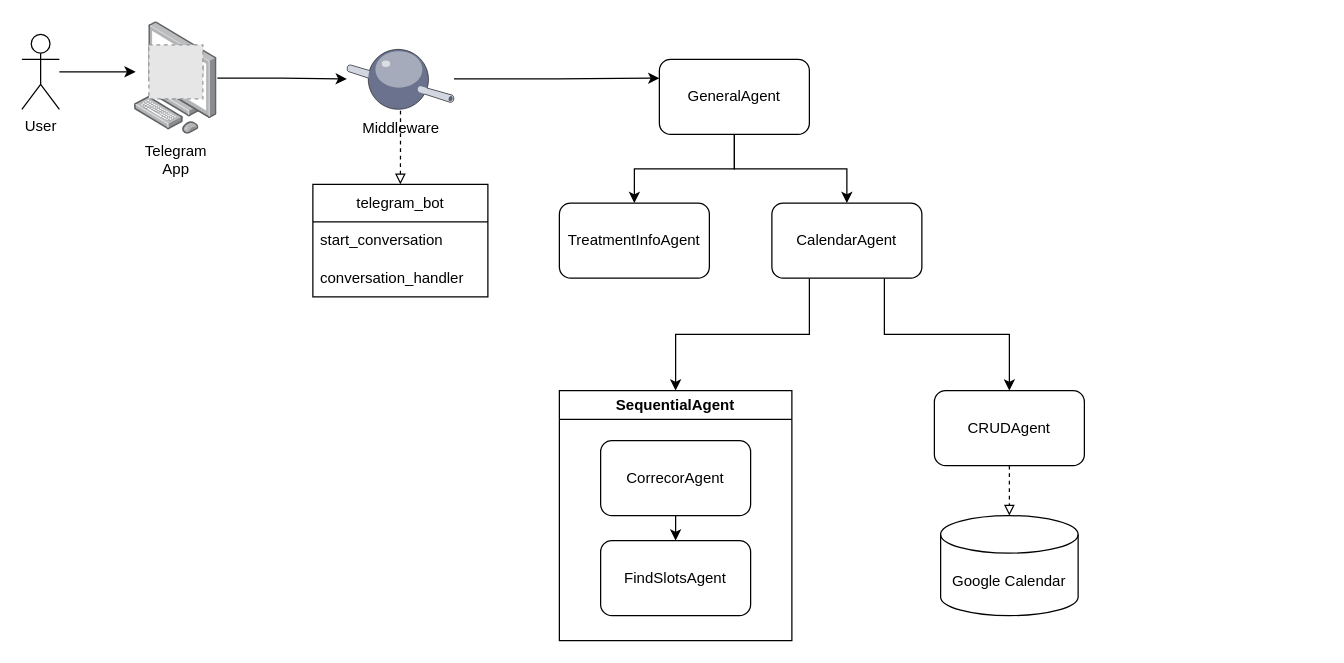
This is Diagram.drawio.xml from nicolacalzone/secretary_agent, a draw.io file, before an edit. Source tidied: cells renumbered, new cells numbered last; positions are measured from the earlier drawing's top-left corner, leaving out a move shared by most shapes. Both pictures are drawn from the tidied source at 125%, with x=0, y=0 at pixel (21, 21). Pictures stored in the file or linked from it are replaced by grey dashed boxes.
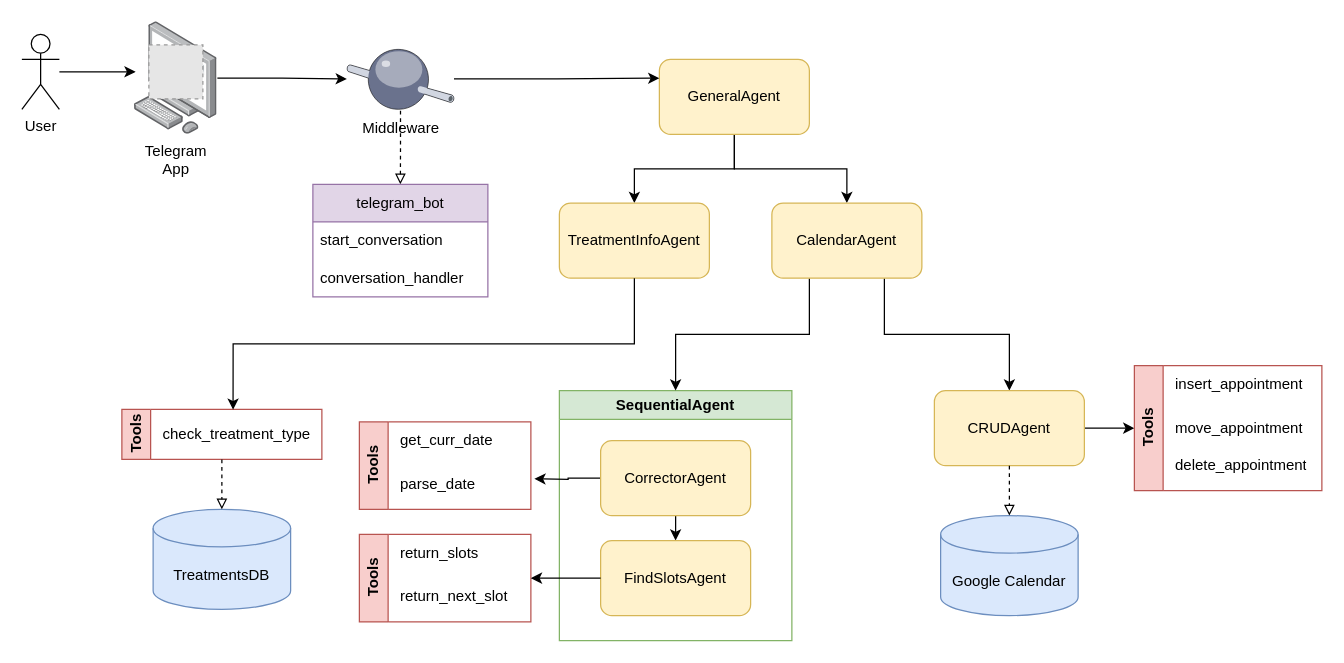
Above is the later version.

Change to the diagram source:
```diff
@@
-    <mxCell id="8" value="GeneralAgent" style="rounded=1;whiteSpace=wrap;html=1;" parent="1" vertex="1">
+    <mxCell id="8" value="GeneralAgent" style="rounded=1;whiteSpace=wrap;html=1;fillColor=#fff2cc;strokeColor=#d6b656;" parent="1" vertex="1">
       <mxGeometry x="510" y="30" width="120" height="60" as="geometry" />
     </mxCell>
-    <mxCell id="9" value="SequentialAgent" style="swimlane;whiteSpace=wrap;html=1;" parent="1" vertex="1">
+    <mxCell id="9" value="SequentialAgent" style="swimlane;whiteSpace=wrap;html=1;fillColor=#d5e8d4;strokeColor=#82b366;" parent="1" vertex="1">
       <mxGeometry x="430" y="295" width="186" height="200" as="geometry" />
     </mxCell>
@@
+    <mxCell id="27" style="edgeStyle=orthogonalEdgeStyle;rounded=0;jettySize=auto;html=1;exitX=0;exitY=0.5;exitDx=0;exitDy=0;" parent="9" edge="1" source="11">
+      <mxGeometry relative="1" as="geometry">
+        <mxPoint x="-20" y="70.5" as="targetPoint" />
+      </mxGeometry>
+    </mxCell>
-    <mxCell id="11" value="CorrecorAgent" style="rounded=1;whiteSpace=wrap;html=1;" parent="9" vertex="1">
+    <mxCell id="11" value="CorrectorAgent" style="rounded=1;whiteSpace=wrap;html=1;fillColor=#fff2cc;strokeColor=#d6b656;" parent="9" vertex="1">
       <mxGeometry x="33" y="40" width="120" height="60" as="geometry" />
     </mxCell>
-    <mxCell id="12" value="FindSlotsAgent" style="rounded=1;whiteSpace=wrap;html=1;" parent="9" vertex="1">
+    <mxCell id="12" value="FindSlotsAgent" style="rounded=1;whiteSpace=wrap;html=1;fillColor=#fff2cc;strokeColor=#d6b656;" parent="9" vertex="1">
       <mxGeometry x="33" y="120" width="120" height="60" as="geometry" />
     </mxCell>
@@
-    <mxCell id="15" value="CalendarAgent" style="rounded=1;whiteSpace=wrap;html=1;" parent="1" vertex="1">
+    <mxCell id="15" value="CalendarAgent" style="rounded=1;whiteSpace=wrap;html=1;fillColor=#fff2cc;strokeColor=#d6b656;" parent="1" vertex="1">
       <mxGeometry x="600" y="145" width="120" height="60" as="geometry" />
     </mxCell>
+    <mxCell id="28" style="edgeStyle=orthogonalEdgeStyle;rounded=0;jettySize=auto;html=1;" parent="1" edge="1" source="16" target="36">
+      <mxGeometry relative="1" as="geometry" />
+    </mxCell>
-    <mxCell id="16" value="CRUDAgent" style="rounded=1;whiteSpace=wrap;html=1;" parent="1" vertex="1">
+    <mxCell id="16" value="CRUDAgent" style="rounded=1;whiteSpace=wrap;html=1;fillColor=#fff2cc;strokeColor=#d6b656;" parent="1" vertex="1">
       <mxGeometry x="730" y="295" width="120" height="60" as="geometry" />
     </mxCell>
-    <mxCell id="17" value="Google Calendar" style="shape=cylinder3;whiteSpace=wrap;html=1;boundedLbl=1;backgroundOutline=1;size=15;" parent="1" vertex="1">
+    <mxCell id="17" value="Google Calendar" style="shape=cylinder3;whiteSpace=wrap;html=1;boundedLbl=1;backgroundOutline=1;size=15;fillColor=#dae8fc;strokeColor=#6c8ebf;" parent="1" vertex="1">
       <mxGeometry x="735" y="395" width="110" height="80" as="geometry" />
     </mxCell>
@@
-    <mxCell id="19" value="TreatmentInfoAgent" style="rounded=1;whiteSpace=wrap;html=1;" parent="1" vertex="1">
+    <mxCell id="19" value="TreatmentInfoAgent" style="rounded=1;whiteSpace=wrap;html=1;fillColor=#fff2cc;strokeColor=#d6b656;" parent="1" vertex="1">
       <mxGeometry x="430" y="145" width="120" height="60" as="geometry" />
     </mxCell>
@@
-    <mxCell id="23" value="Middleware" style="verticalLabelPosition=bottom;sketch=0;html=1;verticalAlign=top;strokeColor=none;align=center;outlineConnect=0;shape=mxgraph.citrix.middleware;" parent="1" vertex="1">
+    <mxCell id="23" value="Middleware" style="verticalLabelPosition=bottom;sketch=0;html=1;verticalAlign=top;align=center;outlineConnect=0;shape=mxgraph.citrix.middleware;" parent="1" vertex="1">
       <mxGeometry x="260" y="20" width="85.7" height="51.1" as="geometry" />
     </mxCell>
-    <mxCell id="24" value="telegram_bot" style="swimlane;fontStyle=0;horizontal=1;startSize=30;whiteSpace=wrap;html=1;" parent="1" vertex="1">
+    <mxCell id="24" value="telegram_bot" style="swimlane;fontStyle=0;horizontal=1;startSize=30;whiteSpace=wrap;html=1;fillColor=#e1d5e7;strokeColor=#9673a6;" parent="1" vertex="1">
       <mxGeometry x="232.8" y="130" width="140" height="90" as="geometry" />
     </mxCell>
-    <mxCell id="25" value="start_conversation" style="text;strokeColor=none;fillColor=none;align=left;verticalAlign=middle;spacingLeft=4;spacingRight=4;overflow=hidden;whiteSpace=wrap;html=1;" parent="24" vertex="1">
+    <mxCell id="25" value="start_conversation" style="text;align=left;verticalAlign=middle;spacingLeft=4;spacingRight=4;overflow=hidden;whiteSpace=wrap;html=1;" parent="24" vertex="1">
       <mxGeometry y="30" width="140" height="30" as="geometry" />
     </mxCell>
-    <mxCell id="26" value="conversation_handler" style="text;strokeColor=none;fillColor=none;align=left;verticalAlign=middle;spacingLeft=4;spacingRight=4;overflow=hidden;whiteSpace=wrap;html=1;" parent="24" vertex="1">
+    <mxCell id="26" value="conversation_handler" style="text;align=left;verticalAlign=middle;spacingLeft=4;spacingRight=4;overflow=hidden;whiteSpace=wrap;html=1;" parent="24" vertex="1">
       <mxGeometry y="60" width="140" height="30" as="geometry" />
     </mxCell>
+    <mxCell id="29" value="Tools" style="swimlane;horizontal=0;whiteSpace=wrap;html=1;fillColor=#f8cecc;strokeColor=#b85450;" parent="1" vertex="1">
+      <mxGeometry x="270" y="410" width="137.2" height="70" as="geometry" />
+    </mxCell>
+    <mxCell id="30" value="return_slots" style="text;align=left;verticalAlign=middle;spacingLeft=4;spacingRight=4;overflow=hidden;whiteSpace=wrap;html=1;" parent="29" vertex="1">
+      <mxGeometry x="27.2" width="102.8" height="30" as="geometry" />
+    </mxCell>
+    <mxCell id="31" value="return_next_slot" style="text;align=left;verticalAlign=middle;spacingLeft=4;spacingRight=4;overflow=hidden;whiteSpace=wrap;html=1;" parent="29" vertex="1">
+      <mxGeometry x="27.2" y="35" width="102.8" height="30" as="geometry" />
+    </mxCell>
+    <mxCell id="32" value="Tools" style="swimlane;horizontal=0;whiteSpace=wrap;html=1;fillColor=#f8cecc;strokeColor=#b85450;" parent="1" vertex="1">
+      <mxGeometry x="270" y="320" width="137.2" height="70" as="geometry" />
+    </mxCell>
+    <mxCell id="33" value="get_curr_date" style="text;align=left;verticalAlign=middle;spacingLeft=4;spacingRight=4;overflow=hidden;whiteSpace=wrap;html=1;" parent="32" vertex="1">
+      <mxGeometry x="27.2" width="102.8" height="30" as="geometry" />
+    </mxCell>
+    <mxCell id="34" value="parse_date" style="text;align=left;verticalAlign=middle;spacingLeft=4;spacingRight=4;overflow=hidden;whiteSpace=wrap;html=1;" parent="32" vertex="1">
+      <mxGeometry x="27.2" y="35" width="102.8" height="30" as="geometry" />
+    </mxCell>
+    <mxCell id="35" style="edgeStyle=orthogonalEdgeStyle;rounded=0;jettySize=auto;html=1;exitX=0;exitY=0.5;exitDx=0;exitDy=0;entryX=1;entryY=0.5;entryDx=0;entryDy=0;" parent="1" edge="1" source="12" target="29">
+      <mxGeometry relative="1" as="geometry" />
+    </mxCell>
+    <mxCell id="36" value="Tools" style="swimlane;horizontal=0;whiteSpace=wrap;html=1;fillColor=#f8cecc;strokeColor=#b85450;" parent="1" vertex="1">
+      <mxGeometry x="890" y="275" width="150" height="100" as="geometry" />
+    </mxCell>
+    <mxCell id="37" value="insert_appointment" style="text;align=left;verticalAlign=middle;spacingLeft=4;spacingRight=4;overflow=hidden;whiteSpace=wrap;html=1;" parent="36" vertex="1">
+      <mxGeometry x="27.2" width="122.8" height="30" as="geometry" />
+    </mxCell>
+    <mxCell id="38" value="move_appointment" style="text;align=left;verticalAlign=middle;spacingLeft=4;spacingRight=4;overflow=hidden;whiteSpace=wrap;html=1;" parent="36" vertex="1">
+      <mxGeometry x="27.2" y="35" width="122.8" height="30" as="geometry" />
+    </mxCell>
+    <mxCell id="39" value="delete_appointment" style="text;align=left;verticalAlign=middle;spacingLeft=4;spacingRight=4;overflow=hidden;whiteSpace=wrap;html=1;" parent="36" vertex="1">
+      <mxGeometry x="27.2" y="65" width="122.8" height="30" as="geometry" />
+    </mxCell>
+    <mxCell id="40" value="Tools" style="swimlane;horizontal=0;whiteSpace=wrap;html=1;fillColor=#f8cecc;strokeColor=#b85450;" parent="1" vertex="1">
+      <mxGeometry x="80" y="310" width="160" height="40" as="geometry" />
+    </mxCell>
+    <mxCell id="41" value="check_treatment_type" style="text;align=left;verticalAlign=middle;spacingLeft=4;spacingRight=4;overflow=hidden;points=[[0,0.5],[1,0.5]];portConstraint=eastwest;whiteSpace=wrap;html=1;" parent="40" vertex="1">
+      <mxGeometry x="27.2" width="132.8" height="40" as="geometry" />
+    </mxCell>
+    <mxCell id="42" style="edgeStyle=orthogonalEdgeStyle;rounded=0;jettySize=auto;html=1;entryX=0.465;entryY=0.006;entryDx=0;entryDy=0;entryPerimeter=0;" parent="1" edge="1" source="19" target="41">
+      <mxGeometry relative="1" as="geometry" />
+    </mxCell>
+    <mxCell id="43" value="TreatmentsDB" style="shape=cylinder3;whiteSpace=wrap;html=1;boundedLbl=1;backgroundOutline=1;size=15;fillColor=#dae8fc;strokeColor=#6c8ebf;" parent="1" vertex="1">
+      <mxGeometry x="105" y="390" width="110" height="80" as="geometry" />
+    </mxCell>
+    <mxCell id="44" style="edgeStyle=orthogonalEdgeStyle;rounded=0;jettySize=auto;html=1;entryX=0.5;entryY=0;entryDx=0;entryDy=0;entryPerimeter=0;dashed=1;endArrow=block;endFill=0;" parent="1" edge="1" source="41" target="43">
+      <mxGeometry relative="1" as="geometry">
+        <Array as="points">
+          <mxPoint x="160" y="350" />
+          <mxPoint x="160" y="350" />
+        </Array>
+      </mxGeometry>
+    </mxCell>
```
